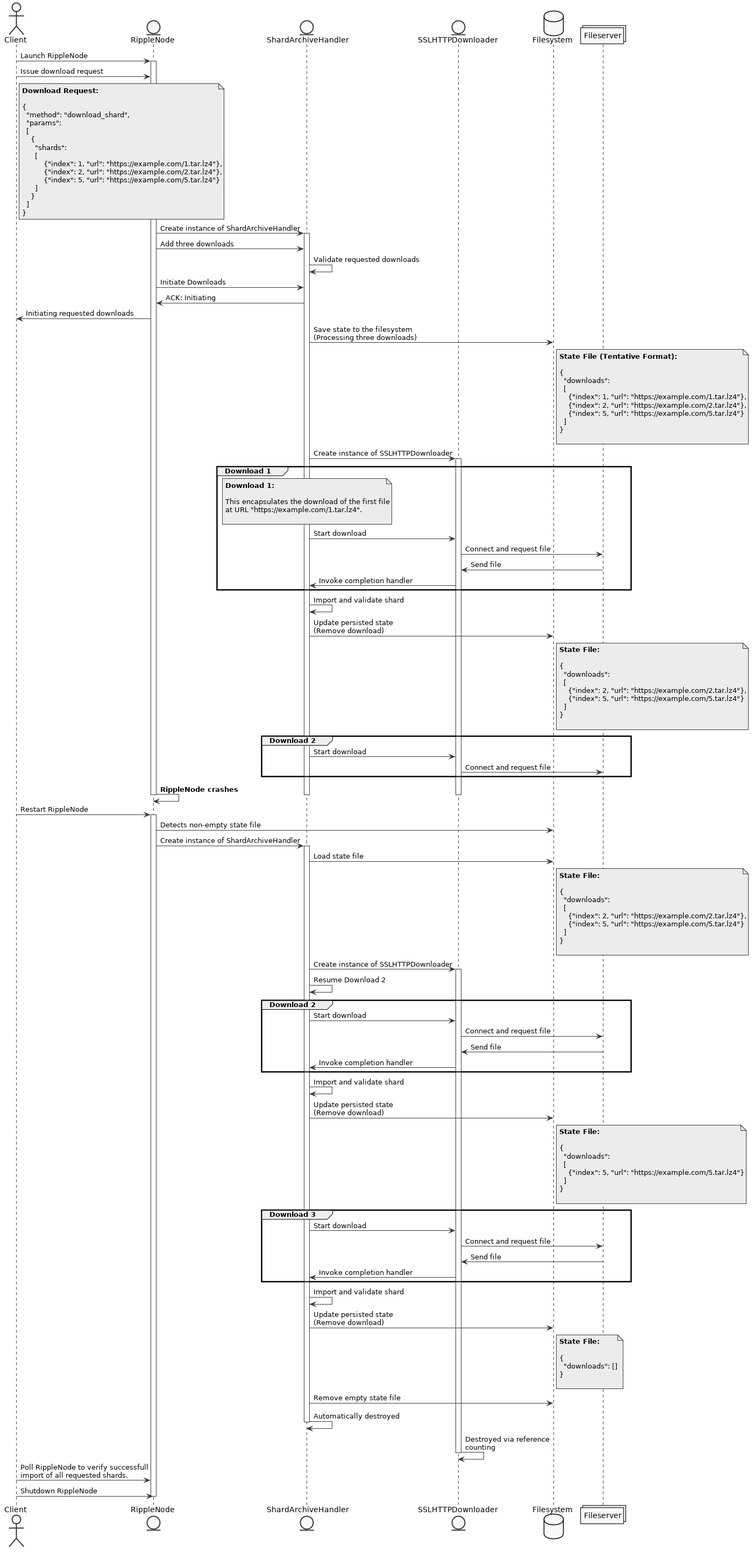
Before: docs/downloader/interrupt_sequence.png, a diagram exported from PlantUML (undertome/rippled).
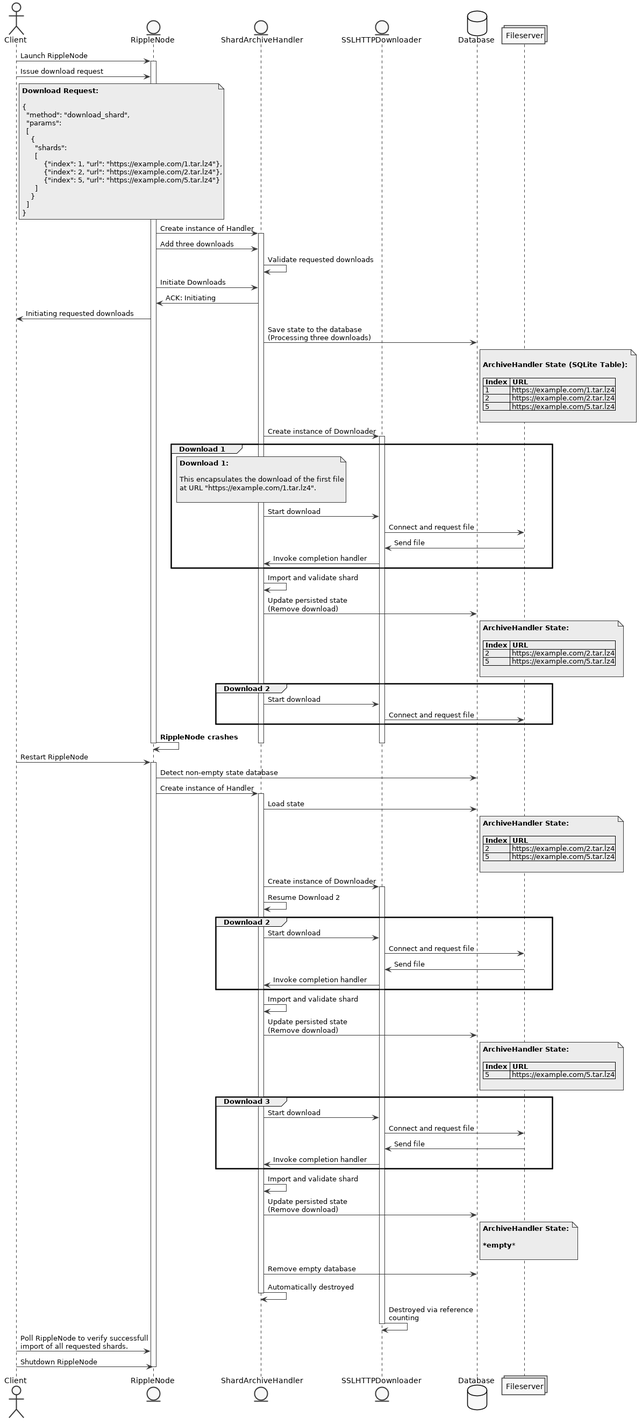
The same diagram one commit later.

Commit message:
Use SQLite to save state instead of flat files

Diff of the diagram source:
```diff
@@ -10,7 +10,7 @@
 entity RippleNode as rn
 entity ShardArchiveHandler as sa
 entity SSLHTTPDownloader as d
-database Filesystem as fs
+database Database as db
 collections Fileserver as s
 
 c -> rn: Launch RippleNode
@@ -37,7 +37,7 @@
   }
 end note
 
-rn -> sa: Create instance of ShardArchiveHandler
+rn -> sa: Create instance of Handler
 activate sa
 
 rn -> sa: Add three downloads
@@ -47,23 +47,20 @@
 sa -> rn: ACK: Initiating
 rn -> c: Initiating requested downloads
 
-sa -> fs: Save state to the filesystem\n(Processing three downloads)
+sa -> db: Save state to the database\n(Processing three downloads)
 
-note right of fs
-  **State File (Tentative Format):**
+note right of db
 
-  {
-    "downloads":
-    [
-      {"index": 1, "url": "https://example.com/1.tar.lz4"},
-      {"index": 2, "url": "https://example.com/2.tar.lz4"},
-      {"index": 5, "url": "https://example.com/5.tar.lz4"}
-    ]
-  }
+  **ArchiveHandler State (SQLite Table):**
+
+  | Index | URL                           |
+  | 1     | https://example.com/1.tar.lz4 |
+  | 2     | https://example.com/2.tar.lz4 |
+  | 5     | https://example.com/5.tar.lz4 |
 
 end note
 
-sa -> d: Create instance of SSLHTTPDownloader
+sa -> d: Create instance of Downloader
 activate d
 
 group Download 1
@@ -86,18 +83,14 @@
 
 sa -> sa: Import and validate shard
 
-sa -> fs: Update persisted state\n(Remove download)
+sa -> db: Update persisted state\n(Remove download)
 
-note right of fs
-  **State File:**
+note right of db
+  **ArchiveHandler State:**
 
-  {
-    "downloads":
-    [
-      {"index": 2, "url": "https://example.com/2.tar.lz4"},
-      {"index": 5, "url": "https://example.com/5.tar.lz4"}
-    ]
-  }
+  | Index | URL                           |
+  | 2     | https://example.com/2.tar.lz4 |
+  | 5     | https://example.com/5.tar.lz4 |
 
 end note
 
@@ -118,27 +111,23 @@
 c -> rn: Restart RippleNode
 activate rn
 
-rn -> fs: Detects non-empty state file
+rn -> db: Detect non-empty state database
 
-rn -> sa: Create instance of ShardArchiveHandler
+rn -> sa: Create instance of Handler
 activate sa
 
-sa -> fs: Load state file
+sa -> db: Load state
 
-note right of fs
-  **State File:**
+note right of db
+  **ArchiveHandler State:**
 
-  {
-    "downloads":
-    [
-      {"index": 2, "url": "https://example.com/2.tar.lz4"},
-      {"index": 5, "url": "https://example.com/5.tar.lz4"}
-    ]
-  }
+  | Index | URL                           |
+  | 2     | https://example.com/2.tar.lz4 |
+  | 5     | https://example.com/5.tar.lz4 |
 
 end note
 
-sa -> d: Create instance of SSLHTTPDownloader
+sa -> d: Create instance of Downloader
 activate d
 
 sa -> sa: Resume Download 2
@@ -155,17 +144,13 @@
 
 sa -> sa: Import and validate shard
 
-sa -> fs: Update persisted state \n(Remove download)
+sa -> db: Update persisted state \n(Remove download)
 
-note right of fs
-  **State File:**
+note right of db
+  **ArchiveHandler State:**
 
-  {
-    "downloads":
-    [
-      {"index": 5, "url": "https://example.com/5.tar.lz4"}
-    ]
-  }
+  | Index | URL                           |
+  | 5     | https://example.com/5.tar.lz4 |
 
 end note
 
@@ -181,18 +166,16 @@
 
 sa -> sa: Import and validate shard
 
-sa -> fs: Update persisted state \n(Remove download)
+sa -> db: Update persisted state \n(Remove download)
 
-note right of fs
-  **State File:**
+note right of db
+  **ArchiveHandler State:**
 
-  {
-    "downloads": []
-  }
+  ***empty***
 
 end note
 
-sa -> fs: Remove empty state file
+sa -> db: Remove empty database
 
 sa -> sa: Automatically destroyed
 deactivate sa
```
